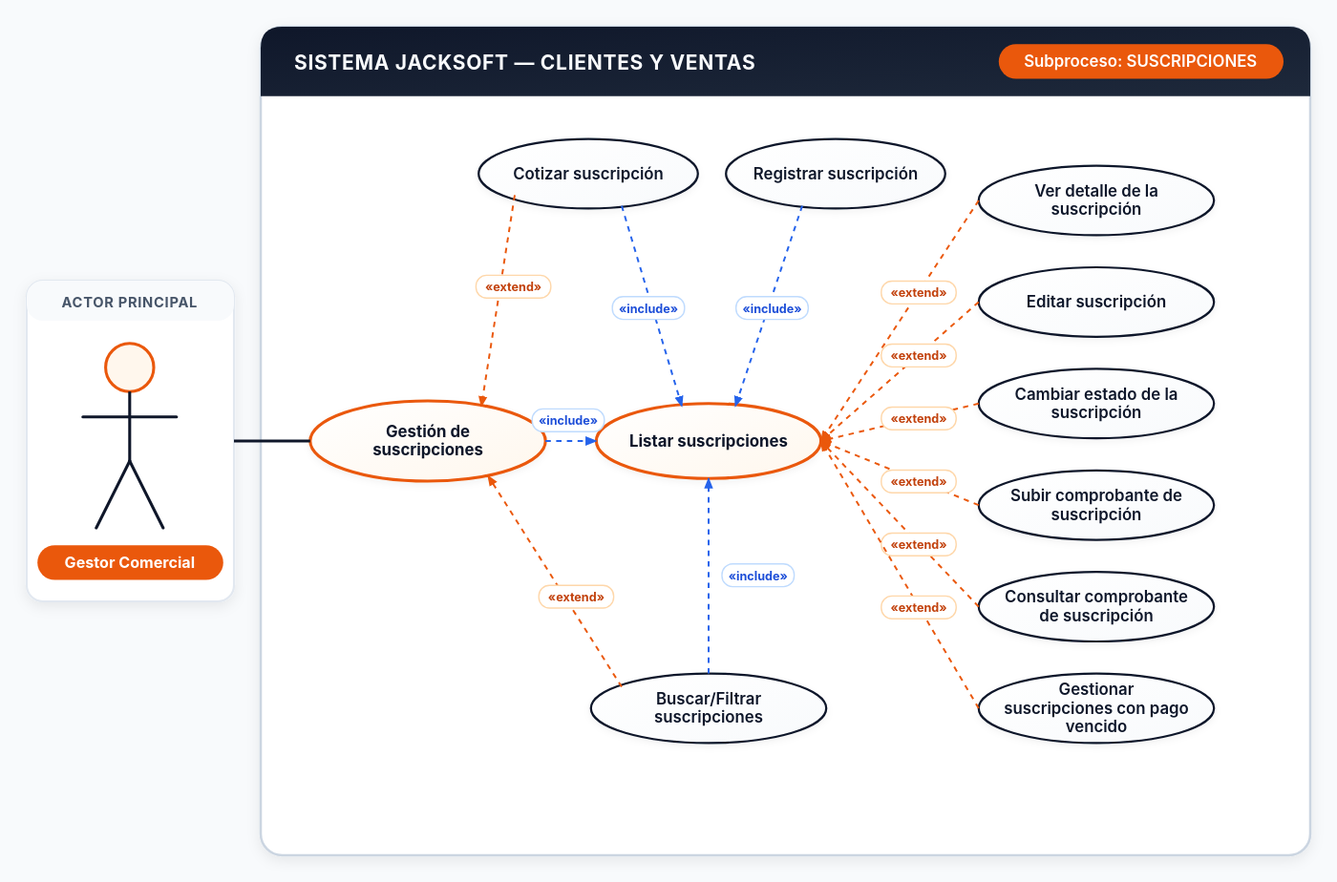
Above: Diagramas_SVG/SUSCRIPCIONES.svg in alejandrogomezmesa1/Documentacion_JackSoft (PlantUML), before the change. Its source is kept beside it as Diagramas_PUML/SUSCRIPCIONES.puml.
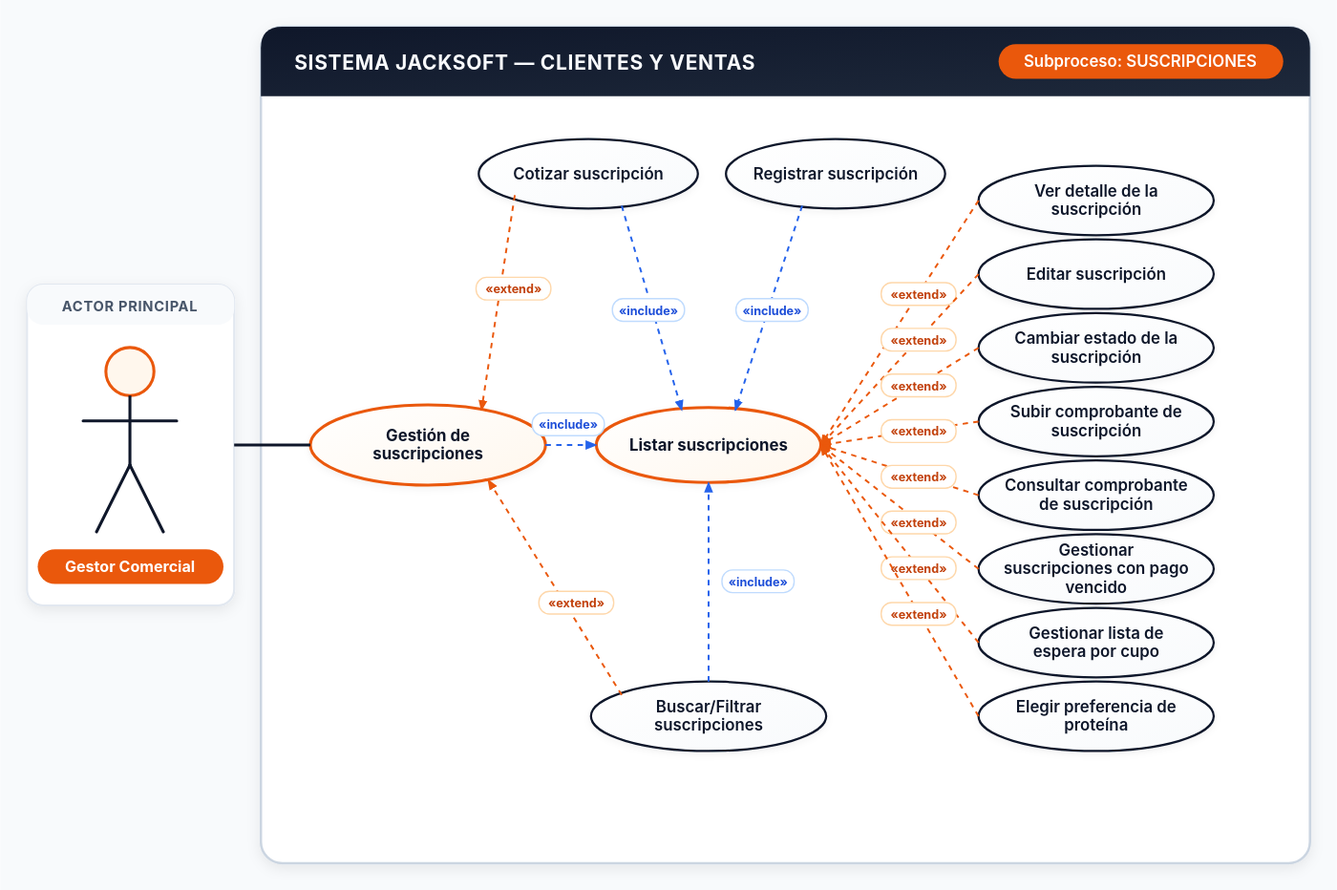
The same file after the commit.

Diff of the diagram source:
```diff
@@ -36,6 +36,8 @@
   usecase "Subir comprobante de suscripción" as UC_R4
   usecase "Consultar comprobante de suscripción" as UC_R5
   usecase "Gestionar suscripciones con pago vencido" as UC_R6
+  usecase "Gestionar lista de espera por cupo" as UC_R7
+  usecase "Elegir preferencia de proteína" as UC_R8
 }
 
 actor_user --> UC_Hub
@@ -51,4 +53,6 @@
 UC_R4 ..> UC_Central : <<extend>>
 UC_R5 ..> UC_Central : <<extend>>
 UC_R6 ..> UC_Central : <<extend>>
+UC_R7 ..> UC_Central : <<extend>>
+UC_R8 ..> UC_Central : <<extend>>
 @enduml
```
